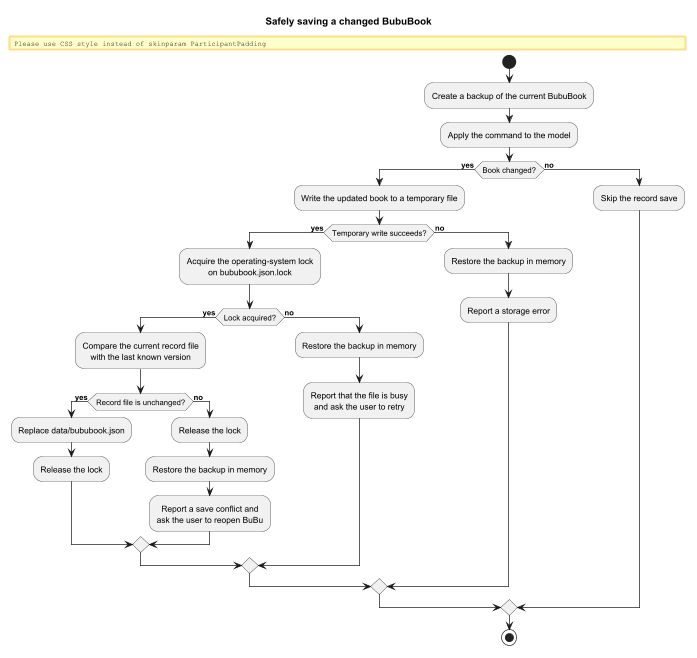
Above: docs/images/SafePersistence.png in 0218hy/tp (PlantUML), before the change. Its source is kept beside it as docs/diagrams/SafePersistence.puml. The source it was exported from:
```plantuml
@startuml
!include style.puml

title Safely saving a changed BubuBook

start

:Create a backup of the current BubuBook;
:Apply the command to the model;

if (Book changed?) then (yes)
    :Write the updated book to a temporary file;

    if (Temporary write succeeds?) then (yes)
        :Acquire the operating-system lock\non bububook.json.lock;

        if (Lock acquired?) then (yes)
            :Compare the current record file\nwith the last known version;

            if (Record file is unchanged?) then (yes)
                :Replace data/bububook.json;
                :Release the lock;
            else (no)
                :Release the lock;
                :Restore the backup in memory;
                :Report a save conflict and\nask the user to reopen BuBu;
            endif
        else (no)
            :Restore the backup in memory;
            :Report that the file is busy\nand ask the user to retry;
        endif
    else (no)
        :Restore the backup in memory;
        :Report a storage error;
    endif
else (no)
    :Skip the record save;
endif

stop
@enduml
```
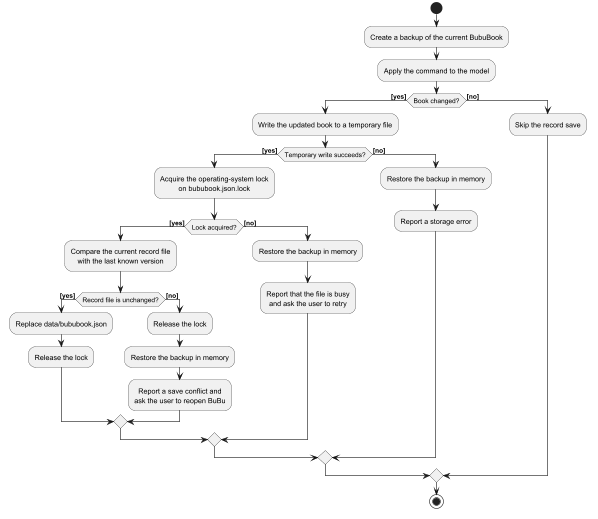
Above is the later version.

Commit message:
Fix UML diagrams

What changed in the source:
```diff
@@ -8,32 +8,32 @@
 :Create a backup of the current BubuBook;
 :Apply the command to the model;
 
-if (Book changed?) then (yes)
+if (Book changed?) then ([yes])
     :Write the updated book to a temporary file;
 
-    if (Temporary write succeeds?) then (yes)
+    if (Temporary write succeeds?) then ([yes])
         :Acquire the operating-system lock\non bububook.json.lock;
 
-        if (Lock acquired?) then (yes)
+        if (Lock acquired?) then ([yes])
             :Compare the current record file\nwith the last known version;
 
-            if (Record file is unchanged?) then (yes)
+            if (Record file is unchanged?) then ([yes])
                 :Replace data/bububook.json;
                 :Release the lock;
-            else (no)
+            else ([no])
                 :Release the lock;
                 :Restore the backup in memory;
                 :Report a save conflict and\nask the user to reopen BuBu;
             endif
-        else (no)
+        else ([no])
             :Restore the backup in memory;
             :Report that the file is busy\nand ask the user to retry;
         endif
-    else (no)
+    else ([no])
         :Restore the backup in memory;
         :Report a storage error;
     endif
-else (no)
+else ([no])
     :Skip the record save;
 endif
 
```
